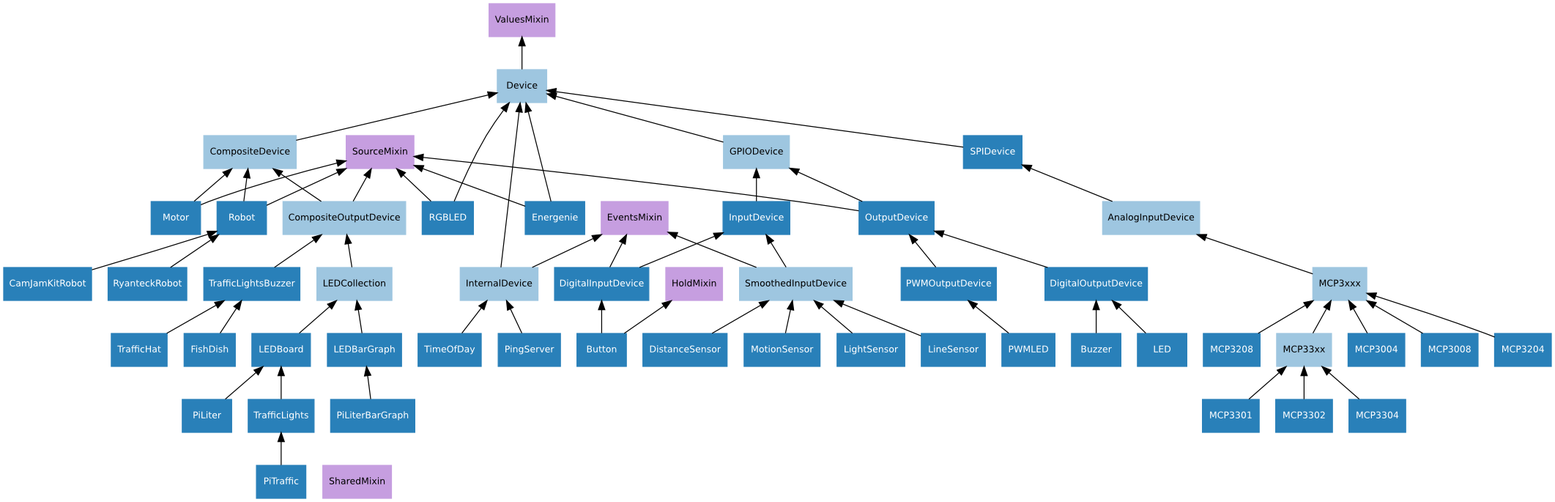
Before: docs/images/device_hierarchy.png, a diagram exported from Graphviz (gpiozero/gpiozero). Its source is kept beside it as docs/images/device_hierarchy.dot.
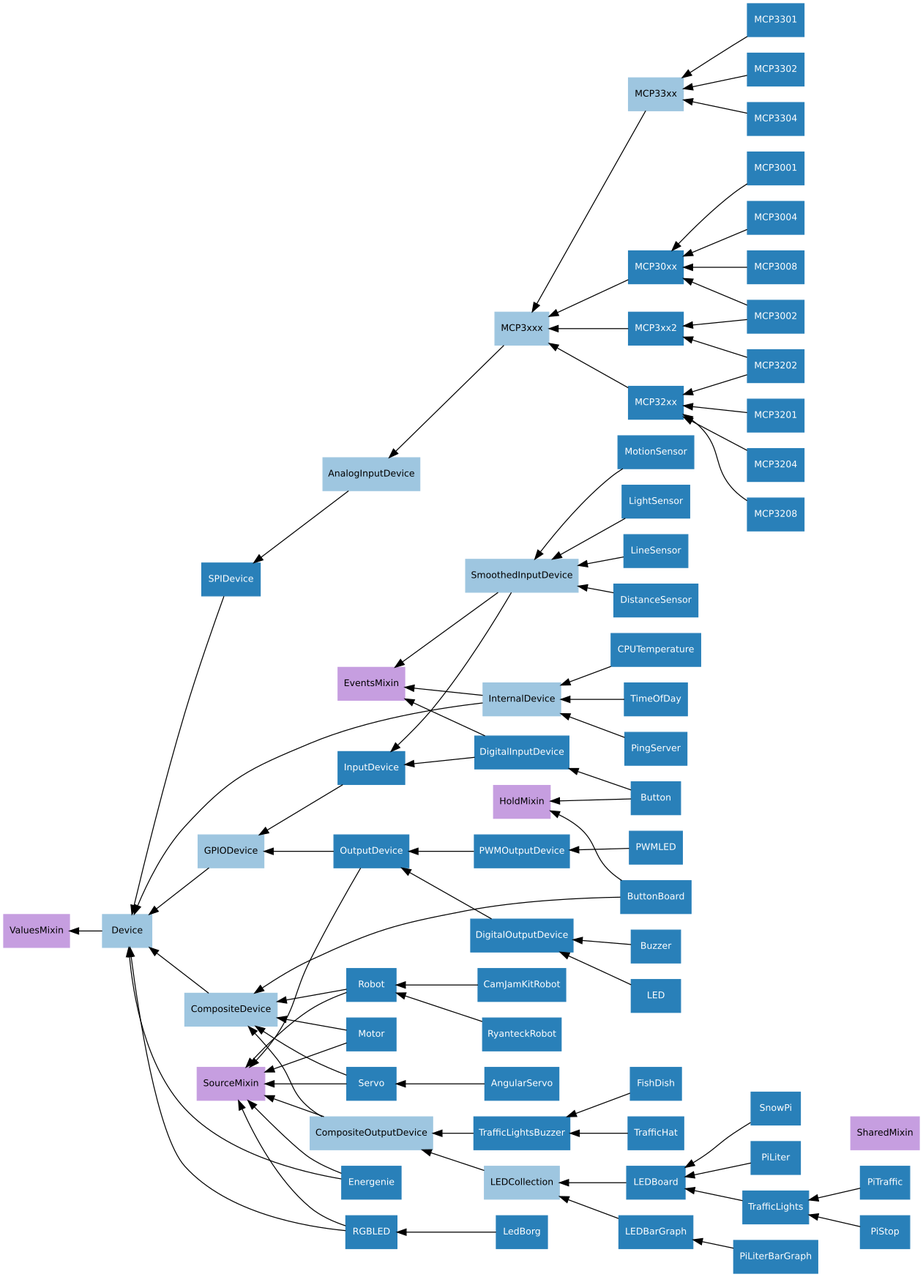
Later version of the same file.

The edit, as a diff of the source:
```diff
@@ -1,7 +1,7 @@
 /* vim: set et sw=4 sts=4: */
 
 digraph classes {
-    graph [rankdir=BT];
+    graph [rankdir=RL];
     node [shape=rect, style=filled, fontname=Sans, fontsize=10];
     edge [];
 
@@ -60,11 +60,21 @@
     SPIDevice->Device;
     AnalogInputDevice->SPIDevice;
     MCP3xxx->AnalogInputDevice;
+    MCP30xx->MCP3xxx;
+    MCP32xx->MCP3xxx;
     MCP33xx->MCP3xxx;
-    MCP3004->MCP3xxx;
-    MCP3008->MCP3xxx;
-    MCP3204->MCP3xxx;
-    MCP3208->MCP3xxx;
+    MCP3xx2->MCP3xxx;
+
+    MCP3001->MCP30xx;
+    MCP3002->MCP30xx;
+    MCP3004->MCP30xx;
+    MCP3008->MCP30xx;
+    MCP3201->MCP32xx;
+    MCP3202->MCP32xx;
+    MCP3204->MCP32xx;
+    MCP3208->MCP32xx;
+    MCP3002->MCP3xx2;
+    MCP3202->MCP3xx2;
     MCP3301->MCP33xx;
     MCP3302->MCP33xx;
     MCP3304->MCP33xx;
@@ -75,10 +85,15 @@
     LEDCollection->CompositeOutputDevice;
     LEDBoard->LEDCollection;
     LEDBarGraph->LEDCollection;
+    LedBorg->RGBLED;
+    ButtonBoard->CompositeDevice;
+    ButtonBoard->HoldMixin;
     PiLiter->LEDBoard;
     PiLiterBarGraph->LEDBarGraph;
     TrafficLights->LEDBoard;
+    SnowPi->LEDBoard;
     PiTraffic->TrafficLights;
+    PiStop->TrafficLights;
     TrafficLightsBuzzer->CompositeOutputDevice;
     FishDish->TrafficLightsBuzzer;
     TrafficHat->TrafficLightsBuzzer;
@@ -90,9 +105,13 @@
     CamJamKitRobot->Robot;
     Motor->CompositeDevice;
     Motor->SourceMixin;
+    Servo->CompositeDevice;
+    Servo->SourceMixin;
+    AngularServo->Servo;
 
     InternalDevice->Device;
     InternalDevice->EventsMixin;
     TimeOfDay->InternalDevice;
     PingServer->InternalDevice;
+    CPUTemperature->InternalDevice;
 }
```
